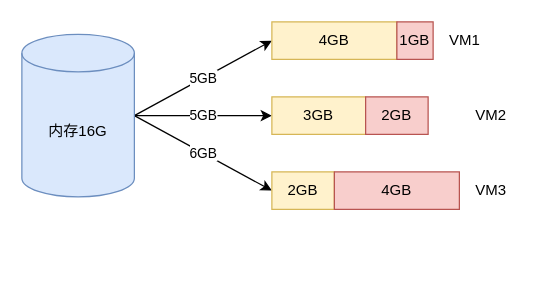
This is img/Slice.drawio from chen-huicheng/Blogs, a draw.io file, before an edit. Source tidied: cells renumbered, new cells numbered last; positions are measured from the earlier drawing's top-left corner, leaving out a move shared by most shapes. Both pictures are drawn from the tidied source at 125%, with x=0, y=0 at pixel (21, 21).
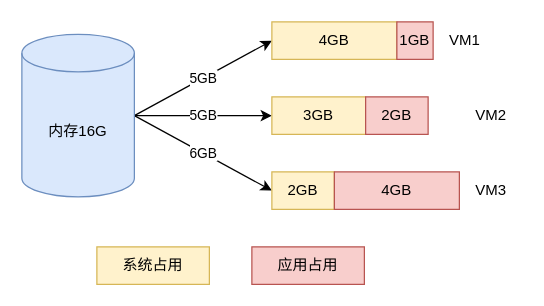
The same page after the edit.

What changed in the source:
```diff
@@
 <mxGraphModel>
   <root>
     <mxCell id="0" />
     <mxCell id="1" parent="0" />
     <mxCell id="2" value="5GB" style="rounded=0;jettySize=auto;html=1;exitX=1;exitY=0.5;exitDx=0;exitDy=0;exitPerimeter=0;entryX=0;entryY=0.5;entryDx=0;entryDy=0;" parent="1" edge="1" source="5" target="6">
       <mxGeometry relative="1" as="geometry" />
     </mxCell>
     <mxCell id="3" value="5GB" style="edgeStyle=none;rounded=0;jettySize=auto;html=1;exitX=1;exitY=0.5;exitDx=0;exitDy=0;exitPerimeter=0;entryX=0;entryY=0.5;entryDx=0;entryDy=0;" parent="1" edge="1" source="5" target="7">
       <mxGeometry relative="1" as="geometry" />
     </mxCell>
     <mxCell id="4" value="6GB" style="edgeStyle=none;rounded=0;jettySize=auto;html=1;exitX=1;exitY=0.5;exitDx=0;exitDy=0;exitPerimeter=0;entryX=0;entryY=0.5;entryDx=0;entryDy=0;" parent="1" edge="1" source="5" target="10">
       <mxGeometry relative="1" as="geometry" />
     </mxCell>
     <mxCell id="5" value="内存16G" style="shape=cylinder3;whiteSpace=wrap;html=1;boundedLbl=1;backgroundOutline=1;size=15;fillColor=#dae8fc;strokeColor=#6c8ebf;" parent="1" vertex="1">
       <mxGeometry y="10" width="90" height="130" as="geometry" />
     </mxCell>
     <mxCell id="6" value="4GB" style="rounded=0;whiteSpace=wrap;html=1;strokeColor=#d6b656;fillColor=#fff2cc;" parent="1" vertex="1">
       <mxGeometry x="200" width="100" height="30" as="geometry" />
     </mxCell>
     <mxCell id="7" value="3GB" style="rounded=0;whiteSpace=wrap;html=1;strokeColor=#d6b656;fillColor=#fff2cc;" parent="1" vertex="1">
       <mxGeometry x="200" y="60" width="75" height="30" as="geometry" />
     </mxCell>
     <mxCell id="8" value="1GB" style="rounded=0;whiteSpace=wrap;html=1;strokeColor=#b85450;fillColor=#f8cecc;" parent="1" vertex="1">
       <mxGeometry x="300" width="29" height="30" as="geometry" />
     </mxCell>
     <mxCell id="9" value="2GB" style="rounded=0;whiteSpace=wrap;html=1;strokeColor=#b85450;fillColor=#f8cecc;" parent="1" vertex="1">
       <mxGeometry x="275" y="60" width="50" height="30" as="geometry" />
     </mxCell>
     <mxCell id="10" value="2GB" style="rounded=0;whiteSpace=wrap;html=1;strokeColor=#d6b656;fillColor=#fff2cc;" parent="1" vertex="1">
       <mxGeometry x="200" y="120" width="50" height="30" as="geometry" />
     </mxCell>
     <mxCell id="11" value="4GB" style="rounded=0;whiteSpace=wrap;html=1;strokeColor=#b85450;fillColor=#f8cecc;" parent="1" vertex="1">
       <mxGeometry x="250" y="120" width="100" height="30" as="geometry" />
     </mxCell>
     <mxCell id="12" value="VM1" style="text;html=1;align=center;verticalAlign=middle;strokeColor=none;fillColor=none;" parent="1" vertex="1">
       <mxGeometry x="329" width="50" height="30" as="geometry" />
     </mxCell>
     <mxCell id="13" value="VM2" style="text;html=1;align=center;verticalAlign=middle;strokeColor=none;fillColor=none;" parent="1" vertex="1">
       <mxGeometry x="350" y="60" width="50" height="30" as="geometry" />
     </mxCell>
     <mxCell id="14" value="VM3" style="text;html=1;align=center;verticalAlign=middle;strokeColor=none;fillColor=none;" parent="1" vertex="1">
       <mxGeometry x="350" y="120" width="50" height="30" as="geometry" />
     </mxCell>
+    <mxCell id="15" value="系统占用" style="rounded=0;whiteSpace=wrap;html=1;strokeColor=#d6b656;fillColor=#fff2cc;" parent="1" vertex="1">
+      <mxGeometry x="60" y="180" width="90" height="30" as="geometry" />
+    </mxCell>
+    <mxCell id="16" value="应用占用" style="rounded=0;whiteSpace=wrap;html=1;strokeColor=#b85450;fillColor=#f8cecc;" parent="1" vertex="1">
+      <mxGeometry x="184" y="180" width="90" height="30" as="geometry" />
+    </mxCell>
   </root>
 </mxGraphModel>
```
